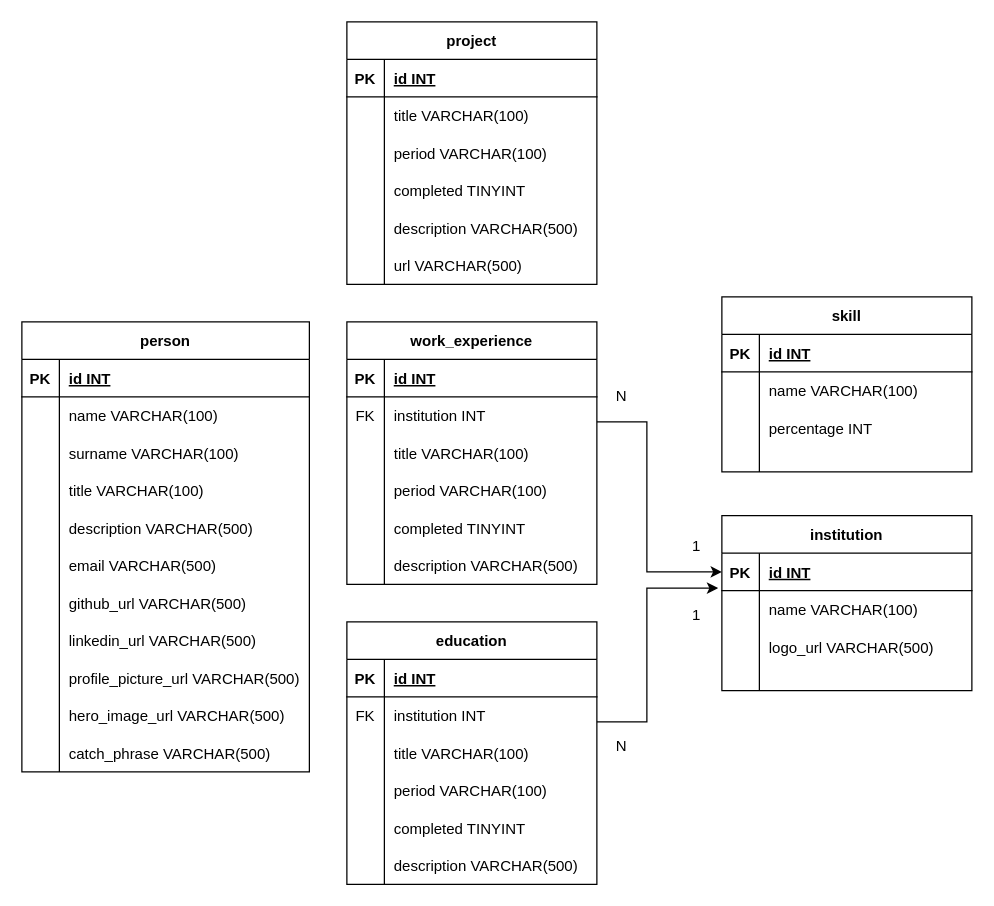
sebastian-charras/portfolio-BackEnd keeps this draw.io diagram as base de datos/modelo relacional.drawio. Above is the earlier version. Source tidied: cells renumbered, new cells numbered last; positions are measured from the earlier drawing's top-left corner, leaving out a move shared by most shapes. Both pictures are drawn from the tidied source at 125%, with x=0, y=0 at pixel (21, 21).
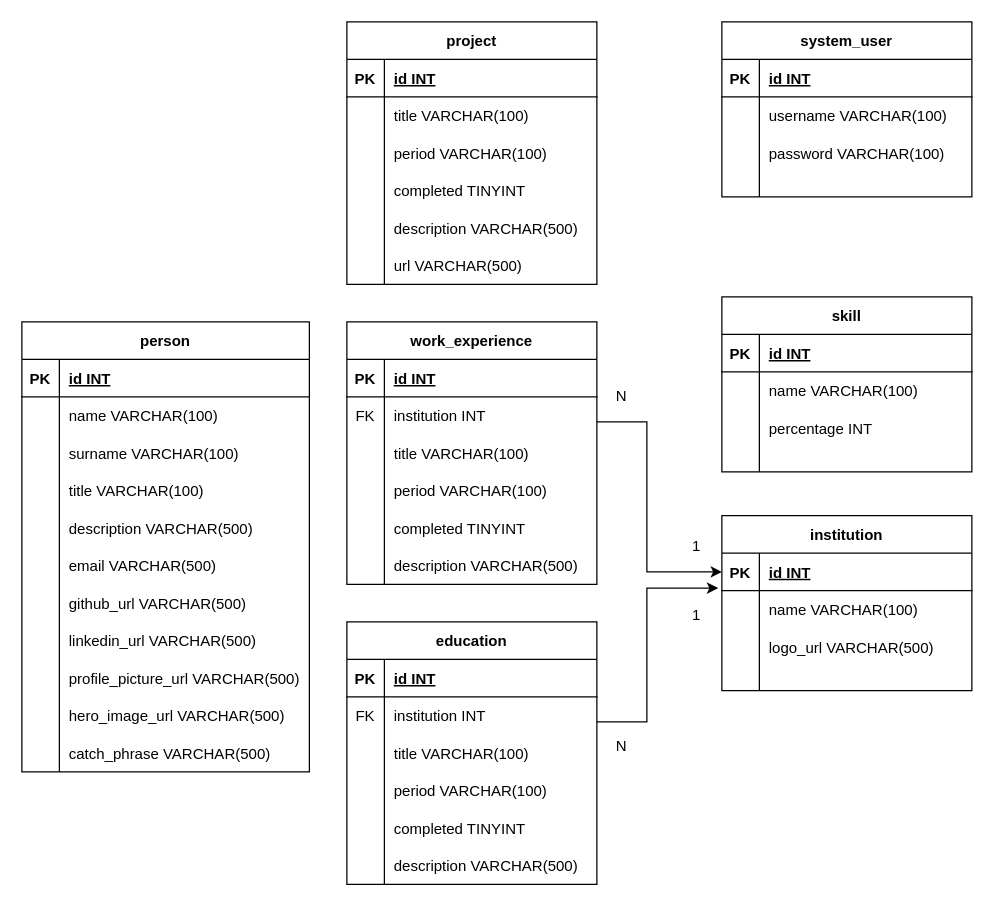
The same diagram, later.

Commit message (it also covers changes not shown here):
Agregada tabla en bd system_user

What changed in the source:
```diff
@@
+    <mxCell id="103" value="system_user" style="shape=table;startSize=30;childLayout=tableLayout;rowLines=0;fontStyle=1;align=center;" parent="1" vertex="1">
+      <mxGeometry x="560" width="200" height="140" as="geometry" />
+    </mxCell>
+    <mxCell id="104" style="shape=tableRow;horizontal=0;startSize=0;swimlaneHead=0;swimlaneBody=0;fillColor=none;top=0;left=0;right=0;bottom=1;" parent="103" vertex="1">
+      <mxGeometry y="30" width="200" height="30" as="geometry" />
+    </mxCell>
+    <mxCell id="105" value="PK" style="shape=partialRectangle;fillColor=none;top=0;left=0;bottom=0;right=0;fontStyle=1;overflow=hidden;" parent="104" vertex="1">
+      <mxGeometry width="30" height="30" as="geometry" />
+    </mxCell>
+    <mxCell id="106" value="id INT" style="shape=partialRectangle;fillColor=none;top=0;left=0;bottom=0;right=0;align=left;spacingLeft=6;fontStyle=5;overflow=hidden;" parent="104" vertex="1">
+      <mxGeometry x="30" width="170" height="30" as="geometry" />
+    </mxCell>
+    <mxCell id="107" style="shape=tableRow;horizontal=0;startSize=0;swimlaneHead=0;swimlaneBody=0;fillColor=none;top=0;left=0;right=0;bottom=0;" parent="103" vertex="1">
+      <mxGeometry y="60" width="200" height="30" as="geometry" />
+    </mxCell>
+    <mxCell id="108" style="shape=partialRectangle;fillColor=none;top=0;left=0;bottom=0;right=0;overflow=hidden;" parent="107" vertex="1">
+      <mxGeometry width="30" height="30" as="geometry" />
+    </mxCell>
+    <mxCell id="109" value="username VARCHAR(100)" style="shape=partialRectangle;fillColor=none;top=0;left=0;bottom=0;right=0;align=left;spacingLeft=6;overflow=hidden;" parent="107" vertex="1">
+      <mxGeometry x="30" width="170" height="30" as="geometry" />
+    </mxCell>
+    <mxCell id="110" style="shape=tableRow;horizontal=0;startSize=0;swimlaneHead=0;swimlaneBody=0;fillColor=none;top=0;left=0;right=0;bottom=0;" parent="103" vertex="1">
+      <mxGeometry y="90" width="200" height="30" as="geometry" />
+    </mxCell>
+    <mxCell id="111" style="shape=partialRectangle;fillColor=none;top=0;left=0;bottom=0;right=0;overflow=hidden;" parent="110" vertex="1">
+      <mxGeometry width="30" height="30" as="geometry" />
+    </mxCell>
+    <mxCell id="112" value="password VARCHAR(100)" style="shape=partialRectangle;fillColor=none;top=0;left=0;bottom=0;right=0;align=left;spacingLeft=6;overflow=hidden;" parent="110" vertex="1">
+      <mxGeometry x="30" width="170" height="30" as="geometry" />
+    </mxCell>
+    <mxCell id="113" style="shape=tableRow;horizontal=0;startSize=0;swimlaneHead=0;swimlaneBody=0;fillColor=none;top=0;left=0;right=0;bottom=0;" parent="103" vertex="1">
+      <mxGeometry y="120" width="200" height="20" as="geometry" />
+    </mxCell>
+    <mxCell id="114" style="shape=partialRectangle;fillColor=none;top=0;left=0;bottom=0;right=0;overflow=hidden;" parent="113" vertex="1">
+      <mxGeometry width="30" height="20" as="geometry" />
+    </mxCell>
+    <mxCell id="115" style="shape=partialRectangle;fillColor=none;top=0;left=0;bottom=0;right=0;align=left;spacingLeft=6;overflow=hidden;" parent="113" vertex="1">
+      <mxGeometry x="30" width="170" height="20" as="geometry" />
+    </mxCell>
```
